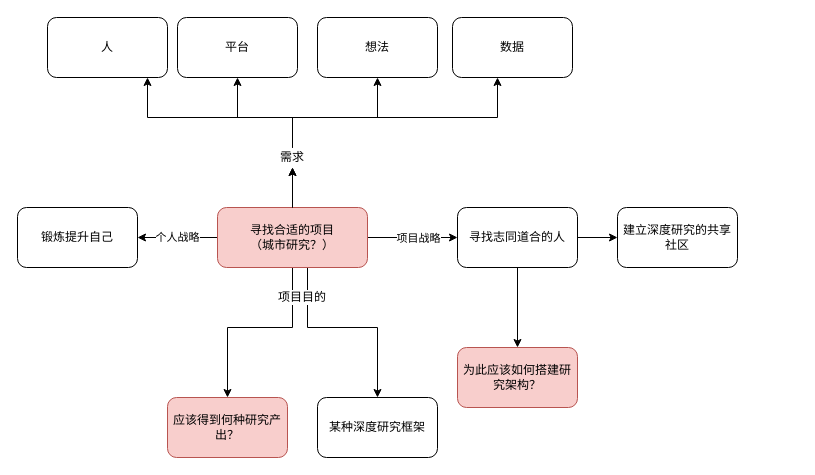
Code-Omega/curly-guacamole keeps this draw.io diagram as Discussions/mindmap_001.drawio. Above is the earlier version. Source tidied: cells renumbered, new cells numbered last; positions are measured from the earlier drawing's top-left corner, leaving out a move shared by most shapes. Both pictures are drawn from the tidied source at 100%, with x=0, y=0 at pixel (17, 17).
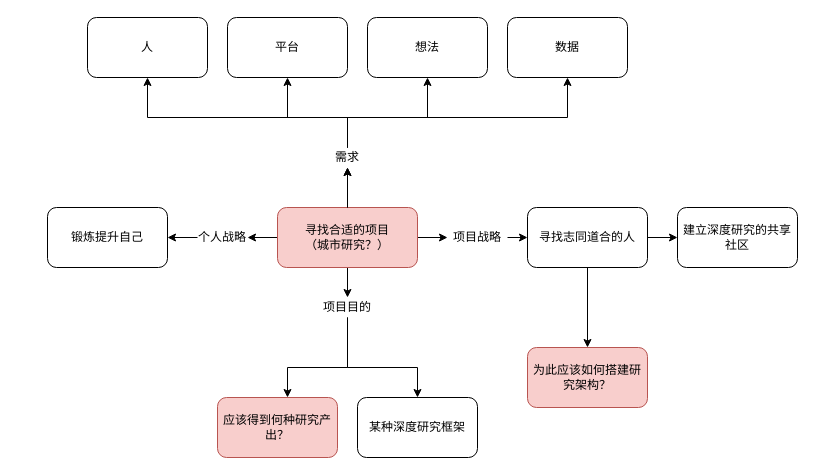
After the change.

The edit, as a diff of the source:
```diff
@@
-    <mxCell id="2" style="edgeStyle=orthogonalEdgeStyle;rounded=0;jettySize=auto;html=1;" parent="1" edge="1" source="11" target="21">
+    <mxCell id="2" style="edgeStyle=orthogonalEdgeStyle;rounded=0;jettySize=auto;html=1;entryX=0;entryY=0.5;entryDx=0;entryDy=0;" parent="1" edge="1" source="11" target="3">
       <mxGeometry relative="1" as="geometry" />
     </mxCell>
-    <mxCell id="3" value="项目战略" style="edgeLabel;html=1;align=center;verticalAlign=middle;points=[];" parent="2" vertex="1">
-      <mxGeometry x="0.1" relative="1" as="geometry" />
-    </mxCell>
-    <mxCell id="4" style="edgeStyle=orthogonalEdgeStyle;rounded=0;jettySize=auto;html=1;" parent="1" edge="1" source="11" target="18">
+    <mxCell id="4" style="edgeStyle=orthogonalEdgeStyle;rounded=0;jettySize=auto;html=1;exitX=0.5;exitY=1;exitDx=0;exitDy=0;entryX=0.5;entryY=0;entryDx=0;entryDy=0;" parent="1" edge="1" source="25" target="18">
       <mxGeometry relative="1" as="geometry">
         <Array as="points">
-          <mxPoint x="290" y="310" />
-          <mxPoint x="360" y="310" />
+          <mxPoint x="330" y="350" />
+          <mxPoint x="400" y="350" />
         </Array>
       </mxGeometry>
     </mxCell>
-    <mxCell id="5" style="edgeStyle=orthogonalEdgeStyle;rounded=0;jettySize=auto;html=1;exitX=0.5;exitY=0;exitDx=0;exitDy=0;" parent="1" edge="1" source="26" target="17">
+    <mxCell id="5" style="edgeStyle=orthogonalEdgeStyle;rounded=0;jettySize=auto;html=1;exitX=0.5;exitY=0;exitDx=0;exitDy=0;entryX=0.5;entryY=1;entryDx=0;entryDy=0;" parent="1" edge="1" source="26" target="17">
       <mxGeometry relative="1" as="geometry">
         <Array as="points">
-          <mxPoint x="275" y="100" />
+          <mxPoint x="330" y="100" />
           <mxPoint x="130" y="100" />
         </Array>
       </mxGeometry>
     </mxCell>
-    <mxCell id="6" style="edgeStyle=orthogonalEdgeStyle;rounded=0;jettySize=auto;html=1;exitX=0.5;exitY=0;exitDx=0;exitDy=0;" parent="1" edge="1" source="26" target="16">
+    <mxCell id="6" style="edgeStyle=orthogonalEdgeStyle;rounded=0;jettySize=auto;html=1;exitX=0.5;exitY=0;exitDx=0;exitDy=0;entryX=0.5;entryY=1;entryDx=0;entryDy=0;" parent="1" edge="1" source="26" target="16">
       <mxGeometry relative="1" as="geometry">
         <Array as="points">
-          <mxPoint x="275" y="100" />
-          <mxPoint x="360" y="100" />
+          <mxPoint x="330" y="100" />
+          <mxPoint x="410" y="100" />
         </Array>
       </mxGeometry>
     </mxCell>
-    <mxCell id="7" style="edgeStyle=orthogonalEdgeStyle;rounded=0;jettySize=auto;html=1;exitX=0.5;exitY=0;exitDx=0;exitDy=0;" parent="1" edge="1" source="26" target="15">
+    <mxCell id="7" style="edgeStyle=orthogonalEdgeStyle;rounded=0;jettySize=auto;html=1;exitX=0.5;exitY=0;exitDx=0;exitDy=0;entryX=0.5;entryY=1;entryDx=0;entryDy=0;" parent="1" edge="1" source="26" target="15">
       <mxGeometry relative="1" as="geometry">
         <Array as="points">
-          <mxPoint x="275" y="100" />
-          <mxPoint x="480" y="100" />
+          <mxPoint x="330" y="100" />
+          <mxPoint x="550" y="100" />
         </Array>
       </mxGeometry>
     </mxCell>
-    <mxCell id="8" style="edgeStyle=orthogonalEdgeStyle;rounded=0;jettySize=auto;html=1;" parent="1" edge="1" source="26" target="14">
+    <mxCell id="8" style="edgeStyle=orthogonalEdgeStyle;rounded=0;jettySize=auto;html=1;entryX=0.5;entryY=1;entryDx=0;entryDy=0;" parent="1" edge="1" source="26" target="14">
       <mxGeometry relative="1" as="geometry">
         <Array as="points">
-          <mxPoint x="275" y="100" />
-          <mxPoint x="220" y="100" />
+          <mxPoint x="330" y="100" />
+          <mxPoint x="270" y="100" />
         </Array>
       </mxGeometry>
     </mxCell>
-    <mxCell id="9" style="edgeStyle=orthogonalEdgeStyle;rounded=0;jettySize=auto;html=1;" parent="1" edge="1" source="11" target="13">
+    <mxCell id="9" style="edgeStyle=orthogonalEdgeStyle;rounded=0;jettySize=auto;html=1;exitX=0.5;exitY=1;exitDx=0;exitDy=0;" parent="1" edge="1" source="25" target="13">
       <mxGeometry relative="1" as="geometry">
         <Array as="points">
-          <mxPoint x="275" y="310" />
-          <mxPoint x="210" y="310" />
+          <mxPoint x="330" y="350" />
+          <mxPoint x="270" y="350" />
         </Array>
       </mxGeometry>
     </mxCell>
-    <mxCell id="10" value="个人战略" style="edgeStyle=orthogonalEdgeStyle;rounded=0;jettySize=auto;html=1;" parent="1" edge="1" source="11" target="12">
-      <mxGeometry relative="1" as="geometry" />
-    </mxCell>
+    <mxCell id="28" style="edgeStyle=orthogonalEdgeStyle;rounded=0;jettySize=auto;html=1;exitX=0.5;exitY=1;exitDx=0;exitDy=0;" parent="1" edge="1" source="11" target="25">
+      <mxGeometry relative="1" as="geometry" />
+    </mxCell>
+    <mxCell id="29" style="edgeStyle=orthogonalEdgeStyle;rounded=0;jettySize=auto;html=1;exitX=0;exitY=0.5;exitDx=0;exitDy=0;entryX=1;entryY=0.5;entryDx=0;entryDy=0;" parent="1" edge="1" source="11" target="10">
+      <mxGeometry relative="1" as="geometry" />
+    </mxCell>
     <mxCell id="11" value="寻找合适的项目&lt;br&gt;（城市研究？）" style="rounded=1;whiteSpace=wrap;html=1;fillColor=#f8cecc;strokeColor=#b85450;" parent="1" vertex="1">
-      <mxGeometry x="200" y="190" width="150" height="60" as="geometry" />
+      <mxGeometry x="260" y="190" width="140" height="60" as="geometry" />
     </mxCell>
     <mxCell id="12" value="锻炼提升自己" style="rounded=1;whiteSpace=wrap;html=1;" parent="1" vertex="1">
-      <mxGeometry y="190" width="120" height="60" as="geometry" />
+      <mxGeometry x="30" y="190" width="120" height="60" as="geometry" />
     </mxCell>
     <mxCell id="13" value="应该得到何种研究产出？" style="rounded=1;whiteSpace=wrap;html=1;fillColor=#f8cecc;strokeColor=#b85450;" parent="1" vertex="1">
-      <mxGeometry x="150" y="380" width="120" height="60" as="geometry" />
+      <mxGeometry x="200" y="380" width="120" height="60" as="geometry" />
     </mxCell>
     <mxCell id="14" value="平台" style="rounded=1;whiteSpace=wrap;html=1;" parent="1" vertex="1">
-      <mxGeometry x="160" width="120" height="60" as="geometry" />
+      <mxGeometry x="210" width="120" height="60" as="geometry" />
     </mxCell>
     <mxCell id="15" value="数据" style="rounded=1;whiteSpace=wrap;html=1;" parent="1" vertex="1">
-      <mxGeometry x="435" width="120" height="60" as="geometry" />
+      <mxGeometry x="490" width="120" height="60" as="geometry" />
     </mxCell>
     <mxCell id="16" value="想法" style="rounded=1;whiteSpace=wrap;html=1;" parent="1" vertex="1">
-      <mxGeometry x="300" width="120" height="60" as="geometry" />
+      <mxGeometry x="350" width="120" height="60" as="geometry" />
     </mxCell>
     <mxCell id="17" value="人" style="rounded=1;whiteSpace=wrap;html=1;" parent="1" vertex="1">
-      <mxGeometry x="30" width="120" height="60" as="geometry" />
+      <mxGeometry x="70" width="120" height="60" as="geometry" />
     </mxCell>
     <mxCell id="18" value="某种深度研究框架" style="rounded=1;whiteSpace=wrap;html=1;" parent="1" vertex="1">
-      <mxGeometry x="300" y="380" width="120" height="60" as="geometry" />
+      <mxGeometry x="340" y="380" width="120" height="60" as="geometry" />
     </mxCell>
@@
     <mxCell id="21" value="寻找志同道合的人" style="rounded=1;whiteSpace=wrap;html=1;" parent="1" vertex="1">
-      <mxGeometry x="440" y="190" width="120" height="60" as="geometry" />
+      <mxGeometry x="510" y="190" width="120" height="60" as="geometry" />
     </mxCell>
     <mxCell id="22" value="为此应该如何搭建研究架构？" style="rounded=1;whiteSpace=wrap;html=1;fillColor=#f8cecc;strokeColor=#b85450;" parent="1" vertex="1">
-      <mxGeometry x="440" y="330" width="120" height="60" as="geometry" />
+      <mxGeometry x="510" y="330" width="120" height="60" as="geometry" />
     </mxCell>
     <mxCell id="23" value="建立深度研究的共享社区" style="rounded=1;whiteSpace=wrap;html=1;" parent="1" vertex="1">
-      <mxGeometry x="600" y="190" width="120" height="60" as="geometry" />
+      <mxGeometry x="660" y="190" width="120" height="60" as="geometry" />
     </mxCell>
@@
     <mxCell id="25" value="项目目的" style="text;html=1;align=center;verticalAlign=middle;whiteSpace=wrap;rounded=0;labelBackgroundColor=#ffffff;" parent="1" vertex="1">
-      <mxGeometry x="220" y="270" width="130" height="20" as="geometry" />
+      <mxGeometry x="265" y="280" width="130" height="20" as="geometry" />
     </mxCell>
     <mxCell id="26" value="需求" style="text;html=1;strokeColor=none;fillColor=none;align=center;verticalAlign=middle;whiteSpace=wrap;rounded=0;" parent="1" vertex="1">
-      <mxGeometry x="255" y="130" width="40" height="20" as="geometry" />
+      <mxGeometry x="310" y="130" width="40" height="20" as="geometry" />
     </mxCell>
@@
+    <mxCell id="30" style="edgeStyle=orthogonalEdgeStyle;rounded=0;jettySize=auto;html=1;exitX=0;exitY=0.5;exitDx=0;exitDy=0;" parent="1" edge="1" source="10" target="12">
+      <mxGeometry relative="1" as="geometry" />
+    </mxCell>
+    <mxCell id="10" value="个人战略" style="text;html=1;strokeColor=none;fillColor=none;align=center;verticalAlign=middle;whiteSpace=wrap;rounded=0;labelBackgroundColor=#ffffff;" parent="1" vertex="1">
+      <mxGeometry x="180" y="210" width="50" height="20" as="geometry" />
+    </mxCell>
+    <mxCell id="31" style="edgeStyle=orthogonalEdgeStyle;rounded=0;jettySize=auto;html=1;exitX=1;exitY=0.5;exitDx=0;exitDy=0;entryX=0;entryY=0.5;entryDx=0;entryDy=0;" parent="1" edge="1" source="3" target="21">
+      <mxGeometry relative="1" as="geometry" />
+    </mxCell>
+    <mxCell id="3" value="项目战略" style="text;html=1;strokeColor=none;fillColor=none;align=center;verticalAlign=middle;whiteSpace=wrap;rounded=0;labelBackgroundColor=#ffffff;" parent="1" vertex="1">
+      <mxGeometry x="430" y="210" width="60" height="20" as="geometry" />
+    </mxCell>
```
